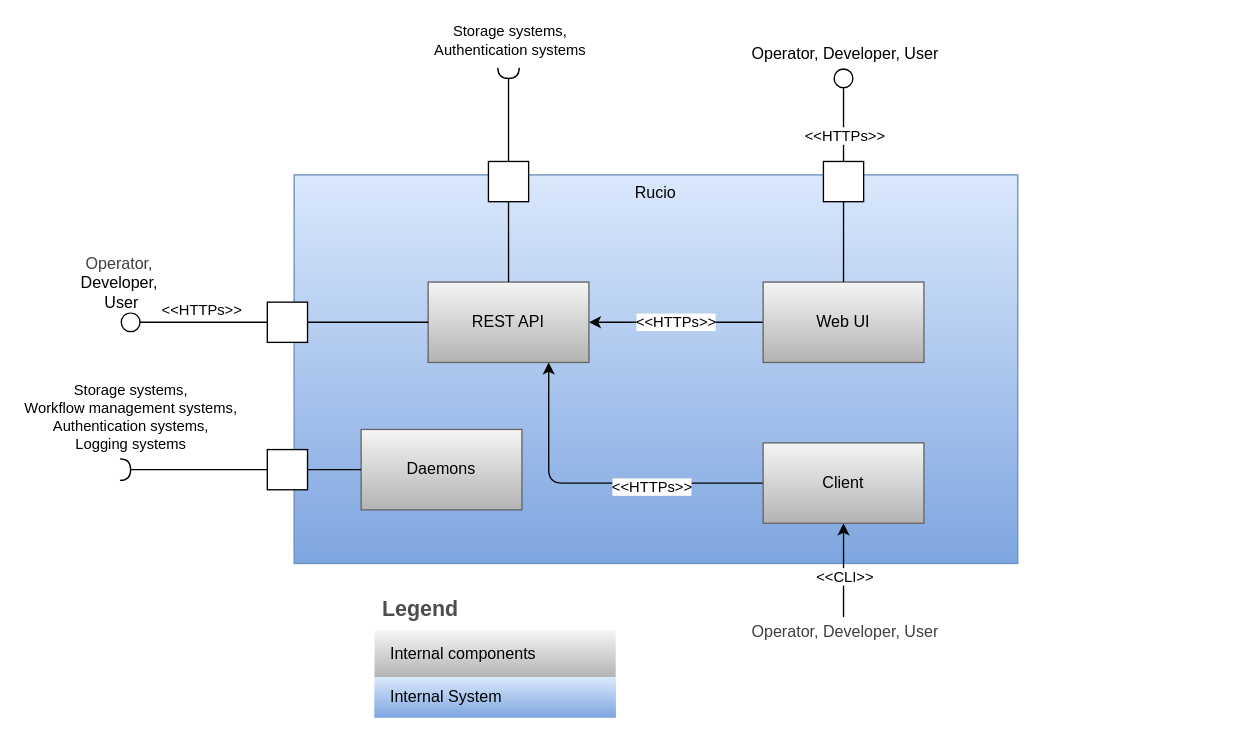
This is diagrams/Building Block Lvl 1 View.drawio from mgajek-cern/rucio-architecture-docs, a draw.io file, before an edit. Source tidied: cells renumbered, new cells numbered last; positions are measured from the earlier drawing's top-left corner, leaving out a move shared by most shapes. Both pictures are drawn from the tidied source at 134%, with x=0, y=0 at pixel (119, 67).
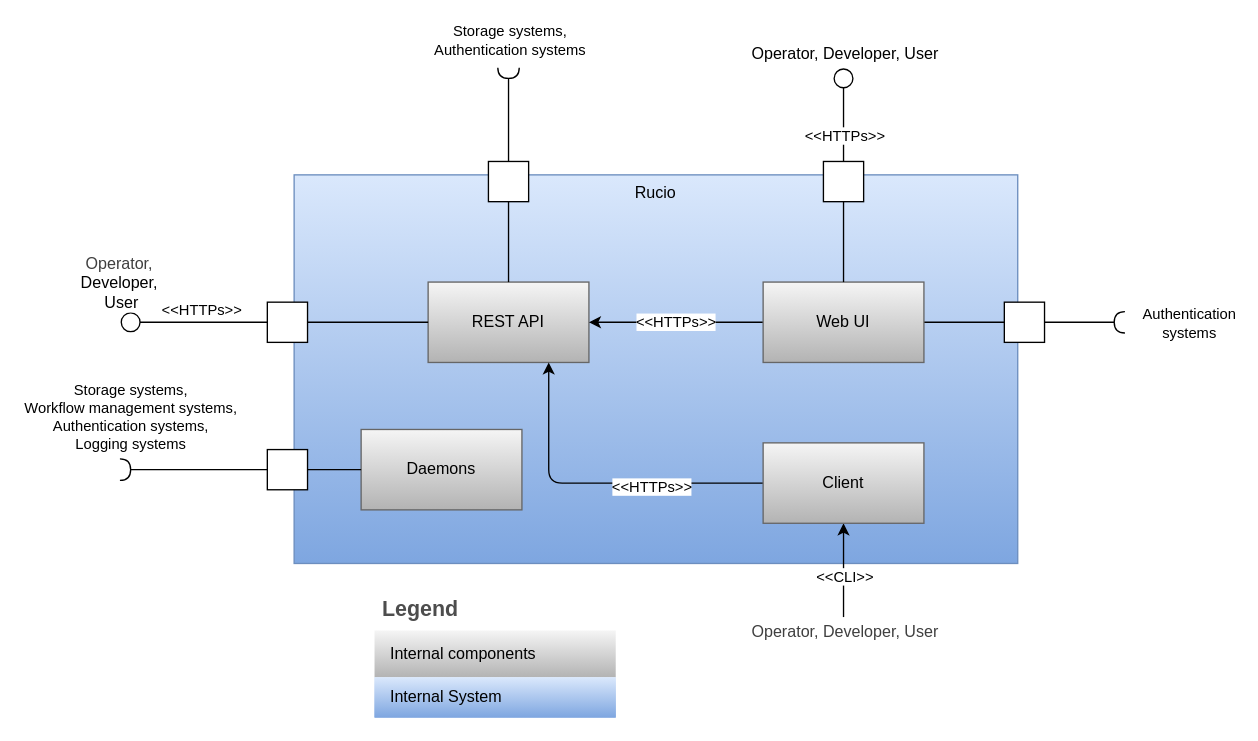
The same diagram, later.

Commit message (it also covers changes not shown here):
ensure web ui authenticates against IdPs

The change refers to these unchanged cells:
```xml
<mxCell id="10" value="Web UI" style="rounded=0;whiteSpace=wrap;html=1;fillColor=#f5f5f5;gradientColor=#b3b3b3;strokeColor=#666666;" parent="1" vertex="1">
  <mxGeometry x="480" y="160" width="120" height="60" as="geometry" />
</mxCell>
```

Diff of the diagram source:
```diff
@@
+    <mxCell id="36" style="edgeStyle=none;html=1;entryX=0.5;entryY=1;entryDx=0;entryDy=0;endArrow=none;endFill=0;" parent="1" edge="1" source="10" target="39">
+      <mxGeometry relative="1" as="geometry" />
+    </mxCell>
@@
+    <mxCell id="37" style="edgeStyle=none;html=1;endArrow=halfCircle;endFill=0;" parent="1" edge="1" source="39">
+      <mxGeometry relative="1" as="geometry">
+        <mxPoint x="750" y="190" as="targetPoint" />
+      </mxGeometry>
+    </mxCell>
+    <mxCell id="38" value="Authentication &lt;br&gt;systems" style="edgeLabel;html=1;align=center;verticalAlign=middle;" parent="37" vertex="1">
+      <mxGeometry x="0.27" y="1" relative="1" as="geometry">
+        <mxPoint x="69" y="1" as="offset" />
+      </mxGeometry>
+    </mxCell>
+    <mxCell id="39" style="fontStyle=0;labelPosition=right;verticalLabelPosition=middle;align=left;verticalAlign=middle;spacingLeft=2;direction=south;" parent="1" vertex="1">
+      <mxGeometry x="660" y="175" width="30" height="30" as="geometry" />
+    </mxCell>
```
